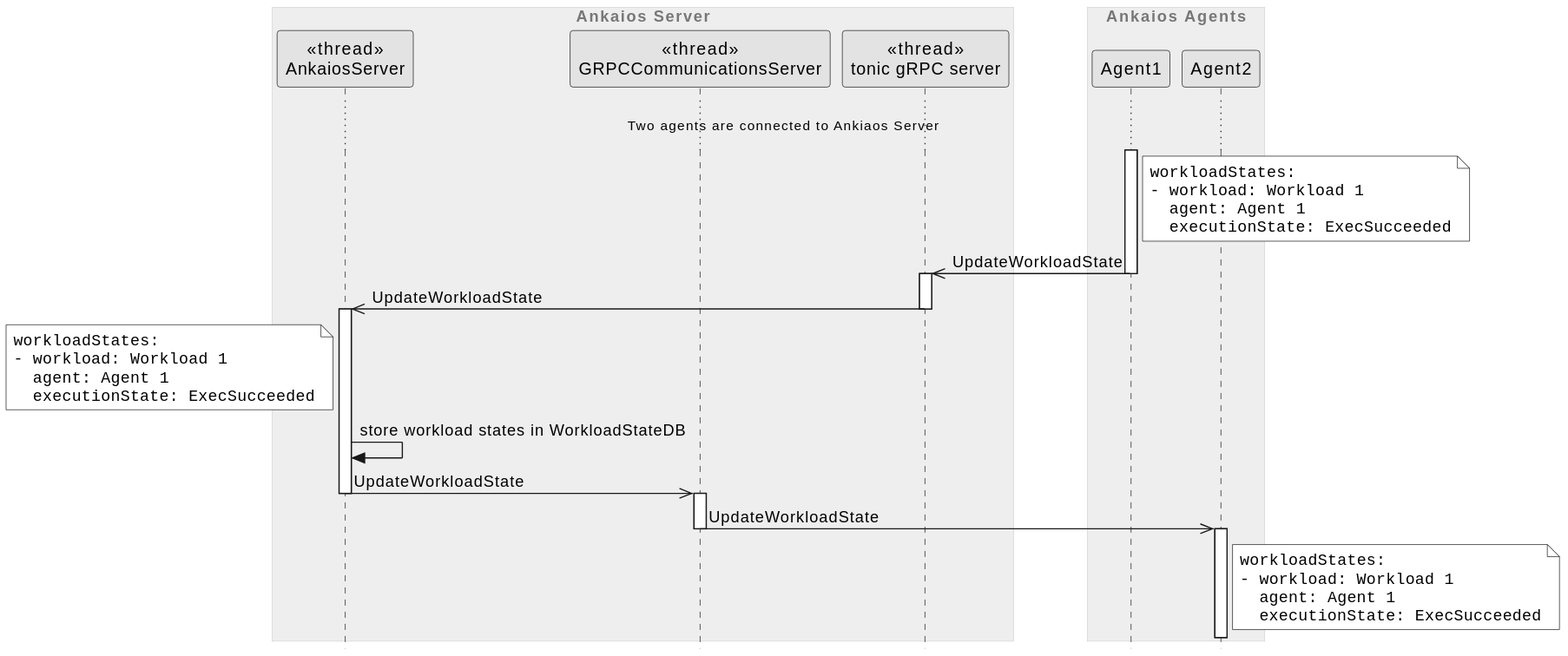
Before: server/doc/swdesign/plantuml/seq_wl_state_update.svg, a diagram exported from PlantUML (eclipse-ankaios/ankaios).
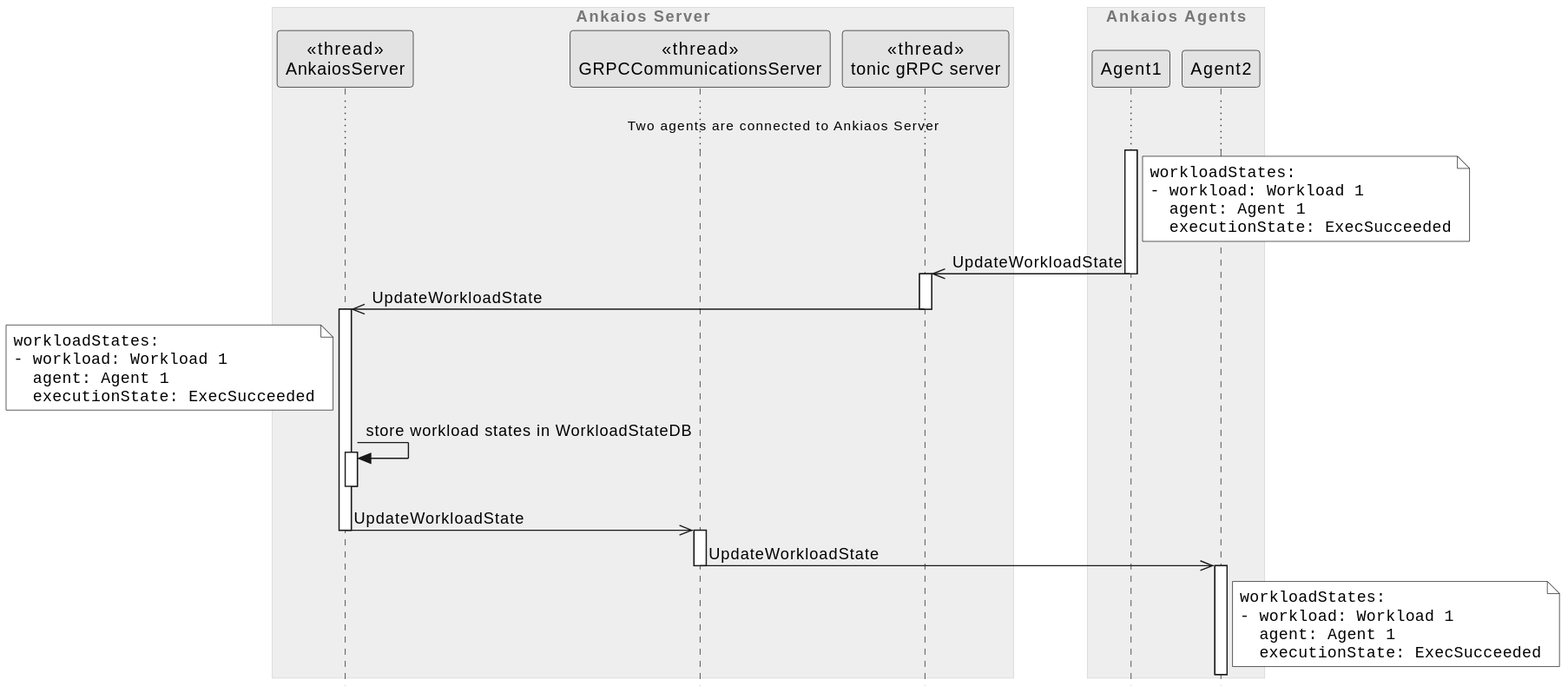
The same file after the commit.

Commit message:
Fix lifetimes in server seq diagrams

The edit, as a diff of the source:
```diff
@@ -32,7 +32,7 @@
         ""  executionState: ExecSucceeded""
 end note
 
-server -> server : store workload states in WorkloadStateDB
+server -> server ++--: store workload states in WorkloadStateDB
 
 server ->> grpc_server --++: UpdateWorkloadState
 grpc_server ->> agent2 --++: UpdateWorkloadState
```
